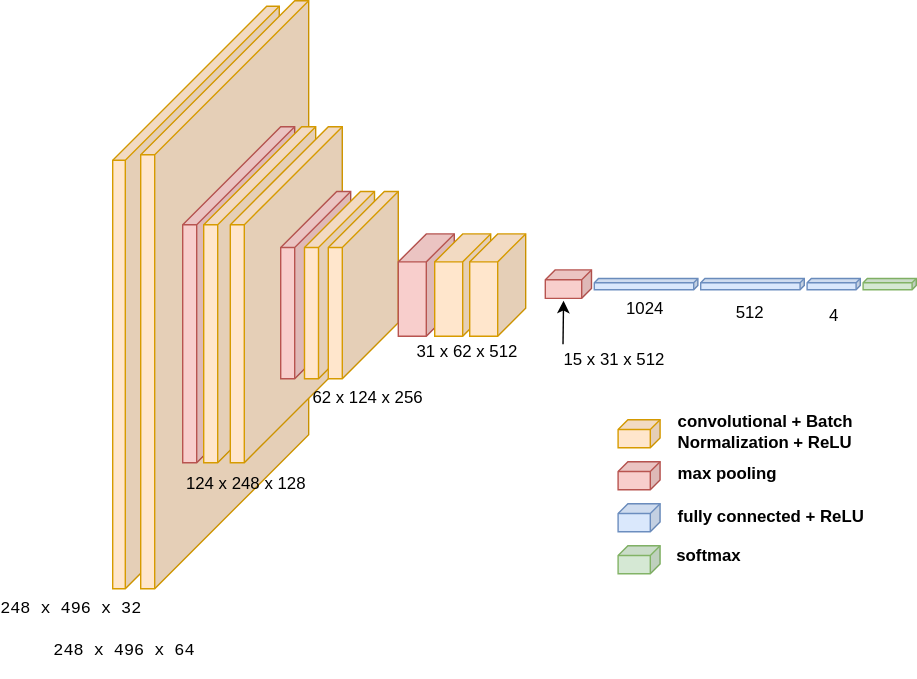
The draw.io diagram Untitled Diagram.drawio.svg in blackpearl006/kaggle-notebooks, before a commit. Source tidied: cells renumbered, new cells last; positions are measured from the earlier drawing's top-left corner, leaving out a move shared by most shapes.
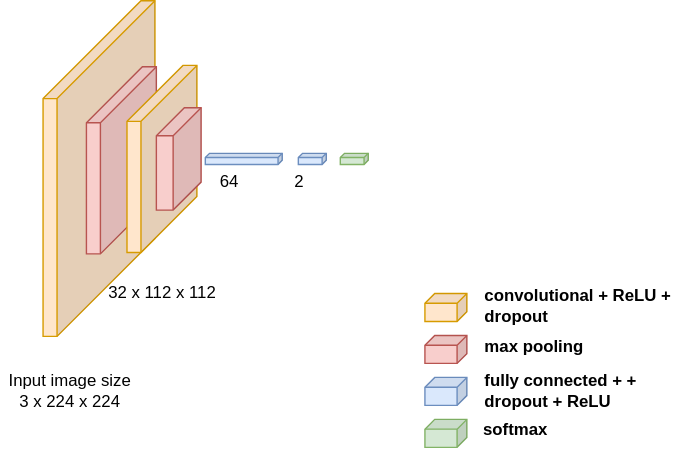
After the change.

Diff of the diagram source:
```diff
@@ -2,50 +2,23 @@
   <root>
     <mxCell id="0" />
     <mxCell id="1" parent="0" />
-    <mxCell id="2" style="shape=cube;whiteSpace=wrap;html=1;boundedLbl=1;backgroundOutline=1;darkOpacity=0.05;darkOpacity2=0.1;size=110;direction=east;flipH=1;fillColor=#ffe6cc;strokeColor=#d79b00;" parent="1" vertex="1">
-      <mxGeometry x="79" y="4" width="119" height="416" as="geometry" />
-    </mxCell>
-    <mxCell id="3" style="shape=cube;whiteSpace=wrap;html=1;boundedLbl=1;backgroundOutline=1;darkOpacity=0.05;darkOpacity2=0.1;size=110;direction=east;flipH=1;fillColor=#ffe6cc;strokeColor=#d79b00;" parent="1" vertex="1">
-      <mxGeometry x="99" width="120" height="420" as="geometry" />
-    </mxCell>
-    <mxCell id="4" style="shape=cube;whiteSpace=wrap;html=1;boundedLbl=1;backgroundOutline=1;darkOpacity=0.05;darkOpacity2=0.1;size=70;direction=east;flipH=1;fillColor=#f8cecc;strokeColor=#b85450;" parent="1" vertex="1">
-      <mxGeometry x="129" y="90" width="80" height="240" as="geometry" />
-    </mxCell>
-    <mxCell id="5" style="shape=cube;whiteSpace=wrap;html=1;boundedLbl=1;backgroundOutline=1;darkOpacity=0.05;darkOpacity2=0.1;size=70;direction=east;flipH=1;fillColor=#ffe6cc;strokeColor=#d79b00;" parent="1" vertex="1">
-      <mxGeometry x="144" y="90" width="80" height="240" as="geometry" />
-    </mxCell>
     <mxCell id="6" style="shape=cube;whiteSpace=wrap;html=1;boundedLbl=1;backgroundOutline=1;darkOpacity=0.05;darkOpacity2=0.1;size=70;direction=east;flipH=1;fillColor=#ffe6cc;strokeColor=#d79b00;" parent="1" vertex="1">
-      <mxGeometry x="163" y="90" width="80" height="240" as="geometry" />
+      <mxGeometry x="167" y="90" width="80" height="240" as="geometry" />
     </mxCell>
     <mxCell id="7" style="shape=cube;whiteSpace=wrap;html=1;boundedLbl=1;backgroundOutline=1;darkOpacity=0.05;darkOpacity2=0.1;size=40;direction=east;flipH=1;fillColor=#f8cecc;strokeColor=#b85450;" parent="1" vertex="1">
-      <mxGeometry x="199" y="136.2" width="50" height="133.8" as="geometry" />
+      <mxGeometry x="198" y="137.2" width="50" height="133.8" as="geometry" />
     </mxCell>
     <mxCell id="8" style="shape=cube;whiteSpace=wrap;html=1;boundedLbl=1;backgroundOutline=1;darkOpacity=0.05;darkOpacity2=0.1;size=40;direction=east;flipH=1;fillColor=#ffe6cc;strokeColor=#d79b00;" parent="1" vertex="1">
-      <mxGeometry x="216" y="136.2" width="50" height="133.8" as="geometry" />
+      <mxGeometry x="227" y="136.2" width="50" height="133.8" as="geometry" />
     </mxCell>
-    <mxCell id="9" style="shape=cube;whiteSpace=wrap;html=1;boundedLbl=1;backgroundOutline=1;darkOpacity=0.05;darkOpacity2=0.1;size=40;direction=east;flipH=1;fillColor=#ffe6cc;strokeColor=#d79b00;" parent="1" vertex="1">
-      <mxGeometry x="233" y="136.2" width="50" height="133.8" as="geometry" />
-    </mxCell>
     <mxCell id="10" style="shape=cube;whiteSpace=wrap;html=1;boundedLbl=1;backgroundOutline=1;darkOpacity=0.05;darkOpacity2=0.1;size=20;direction=east;flipH=1;fillColor=#f8cecc;strokeColor=#b85450;" parent="1" vertex="1">
-      <mxGeometry x="283" y="166.6" width="40" height="73.1" as="geometry" />
+      <mxGeometry x="248" y="166.6" width="32" height="73.1" as="geometry" />
     </mxCell>
-    <mxCell id="11" style="shape=cube;whiteSpace=wrap;html=1;boundedLbl=1;backgroundOutline=1;darkOpacity=0.05;darkOpacity2=0.1;size=20;direction=east;flipH=1;fillColor=#ffe6cc;strokeColor=#d79b00;" parent="1" vertex="1">
-      <mxGeometry x="309" y="166.6" width="40" height="73.1" as="geometry" />
-    </mxCell>
-    <mxCell id="12" style="shape=cube;whiteSpace=wrap;html=1;boundedLbl=1;backgroundOutline=1;darkOpacity=0.05;darkOpacity2=0.1;size=20;direction=east;flipH=1;fillColor=#ffe6cc;strokeColor=#d79b00;" parent="1" vertex="1">
-      <mxGeometry x="334" y="166.6" width="40" height="73.1" as="geometry" />
-    </mxCell>
-    <mxCell id="13" style="shape=cube;whiteSpace=wrap;html=1;boundedLbl=1;backgroundOutline=1;darkOpacity=0.05;darkOpacity2=0.1;size=7;direction=east;flipH=1;fillColor=#f8cecc;strokeColor=#b85450;" parent="1" vertex="1">
-      <mxGeometry x="388" y="192.3" width="33" height="20.3" as="geometry" />
-    </mxCell>
     <mxCell id="14" style="shape=cube;whiteSpace=wrap;html=1;boundedLbl=1;backgroundOutline=1;darkOpacity=0.05;darkOpacity2=0.1;size=3;direction=east;flipH=1;fillColor=#dae8fc;strokeColor=#6c8ebf;" parent="1" vertex="1">
-      <mxGeometry x="423" y="198.4" width="74" height="8" as="geometry" />
+      <mxGeometry x="283" y="199.1" width="55" height="8" as="geometry" />
     </mxCell>
-    <mxCell id="15" style="shape=cube;whiteSpace=wrap;html=1;boundedLbl=1;backgroundOutline=1;darkOpacity=0.05;darkOpacity2=0.1;size=3;direction=east;flipH=1;fillColor=#dae8fc;strokeColor=#6c8ebf;" parent="1" vertex="1">
-      <mxGeometry x="499" y="198.5" width="74" height="8" as="geometry" />
-    </mxCell>
     <mxCell id="16" style="shape=cube;whiteSpace=wrap;html=1;boundedLbl=1;backgroundOutline=1;darkOpacity=0.05;darkOpacity2=0.1;size=3;direction=east;flipH=1;fillColor=#dae8fc;strokeColor=#6c8ebf;" parent="1" vertex="1">
-      <mxGeometry x="575" y="198.5" width="38" height="8" as="geometry" />
+      <mxGeometry x="349.5" y="199.1" width="20" height="8" as="geometry" />
     </mxCell>
     <mxCell id="17" style="shape=cube;whiteSpace=wrap;html=1;boundedLbl=1;backgroundOutline=1;darkOpacity=0.05;darkOpacity2=0.1;size=7;direction=east;flipH=1;fillColor=#ffe6cc;strokeColor=#d79b00;" parent="1" vertex="1">
       <mxGeometry x="440" y="299.3" width="30" height="20" as="geometry" />
@@ -57,54 +30,34 @@
       <mxGeometry x="440" y="359.3" width="30" height="20" as="geometry" />
     </mxCell>
     <mxCell id="20" style="shape=cube;whiteSpace=wrap;html=1;boundedLbl=1;backgroundOutline=1;darkOpacity=0.05;darkOpacity2=0.1;size=3;direction=east;flipH=1;fillColor=#d5e8d4;strokeColor=#82b366;" parent="1" vertex="1">
-      <mxGeometry x="615" y="198.4" width="38" height="8" as="geometry" />
+      <mxGeometry x="379.5" y="199.1" width="20" height="8" as="geometry" />
     </mxCell>
     <mxCell id="21" style="shape=cube;whiteSpace=wrap;html=1;boundedLbl=1;backgroundOutline=1;darkOpacity=0.05;darkOpacity2=0.1;size=7;direction=east;flipH=1;fillColor=#d5e8d4;strokeColor=#82b366;" parent="1" vertex="1">
       <mxGeometry x="440" y="389.3" width="30" height="20" as="geometry" />
     </mxCell>
-    <mxCell id="22" value="&lt;pre&gt;248 x 496 x 64&lt;/pre&gt;" style="text;html=1;strokeColor=none;fillColor=none;align=center;verticalAlign=middle;whiteSpace=wrap;rounded=0;" parent="1" vertex="1">
-      <mxGeometry x="38" y="450" width="99" height="30" as="geometry" />
-    </mxCell>
-    <mxCell id="23" value="124 x 248 x 128" style="text;html=1;strokeColor=none;fillColor=none;align=center;verticalAlign=middle;whiteSpace=wrap;rounded=0;" parent="1" vertex="1">
-      <mxGeometry x="125" y="330" width="99" height="30" as="geometry" />
-    </mxCell>
-    <mxCell id="24" value="62 x 124 x 256" style="text;html=1;strokeColor=none;fillColor=none;align=center;verticalAlign=middle;whiteSpace=wrap;rounded=0;" parent="1" vertex="1">
-      <mxGeometry x="212" y="269" width="99" height="30" as="geometry" />
+    <mxCell id="24" value="32 x 112 x 112" style="text;html=1;strokeColor=none;fillColor=none;align=center;verticalAlign=middle;whiteSpace=wrap;rounded=0;" parent="1" vertex="1">
+      <mxGeometry x="202.5" y="284" width="99" height="30" as="geometry" />
     </mxCell>
-    <mxCell id="25" value="31 x 62 x 512" style="text;html=1;strokeColor=none;fillColor=none;align=center;verticalAlign=middle;whiteSpace=wrap;rounded=0;" parent="1" vertex="1">
-      <mxGeometry x="283" y="236" width="99" height="30" as="geometry" />
+    <mxCell id="25" value="64" style="text;html=1;strokeColor=none;fillColor=none;align=center;verticalAlign=middle;whiteSpace=wrap;rounded=0;" parent="1" vertex="1">
+      <mxGeometry x="250.5" y="205.1" width="99" height="30" as="geometry" />
     </mxCell>
-    <mxCell id="26" value="15 x 31 x 512" style="text;html=1;strokeColor=none;fillColor=none;align=center;verticalAlign=middle;whiteSpace=wrap;rounded=0;" parent="1" vertex="1">
-      <mxGeometry x="388" y="245.4" width="99" height="23.9" as="geometry" />
-    </mxCell>
-    <mxCell id="27" style="endArrow=classic;html=1;entryX=0.605;entryY=1.084;entryDx=0;entryDy=0;entryPerimeter=0;" parent="1" edge="1" target="13">
-      <mxGeometry relative="1" as="geometry">
-        <mxPoint x="400.6" y="245.4" as="sourcePoint" />
-      </mxGeometry>
-    </mxCell>
-    <mxCell id="28" value="1024" style="text;html=1;strokeColor=none;fillColor=none;align=center;verticalAlign=middle;whiteSpace=wrap;rounded=0;" parent="1" vertex="1">
-      <mxGeometry x="421" y="212.6" width="77" height="15" as="geometry" />
-    </mxCell>
-    <mxCell id="29" value="4" style="text;html=1;strokeColor=none;fillColor=none;align=center;verticalAlign=middle;whiteSpace=wrap;rounded=0;" parent="1" vertex="1">
-      <mxGeometry x="544.5" y="212.6" width="99" height="24" as="geometry" />
-    </mxCell>
-    <mxCell id="30" value="convolutional + Batch Normalization + ReLU" style="text;html=1;strokeColor=none;fillColor=none;align=left;verticalAlign=middle;whiteSpace=wrap;rounded=0;fontStyle=1;" parent="1" vertex="1">
+    <mxCell id="30" value="convolutional + ReLU + dropout" style="text;html=1;strokeColor=none;fillColor=none;align=left;verticalAlign=middle;whiteSpace=wrap;rounded=0;fontStyle=1;" parent="1" vertex="1">
       <mxGeometry x="481" y="296.4" width="138" height="23.9" as="geometry" />
     </mxCell>
     <mxCell id="31" value="max pooling" style="text;html=1;strokeColor=none;fillColor=none;align=left;verticalAlign=middle;whiteSpace=wrap;rounded=0;fontStyle=1;" parent="1" vertex="1">
       <mxGeometry x="481" y="326.4" width="138" height="23.9" as="geometry" />
     </mxCell>
-    <mxCell id="32" value="fully connected + ReLU" style="text;html=1;strokeColor=none;fillColor=none;align=left;verticalAlign=middle;whiteSpace=wrap;rounded=0;fontStyle=1;" parent="1" vertex="1">
+    <mxCell id="32" value="fully connected + + dropout + ReLU" style="text;html=1;strokeColor=none;fillColor=none;align=left;verticalAlign=middle;whiteSpace=wrap;rounded=0;fontStyle=1;" parent="1" vertex="1">
       <mxGeometry x="481" y="357.4" width="138" height="23.9" as="geometry" />
     </mxCell>
     <mxCell id="33" value="softmax" style="text;html=1;strokeColor=none;fillColor=none;align=left;verticalAlign=middle;whiteSpace=wrap;rounded=0;fontStyle=1;" parent="1" vertex="1">
       <mxGeometry x="480" y="385.4" width="138" height="23.9" as="geometry" />
     </mxCell>
-    <mxCell id="34" value="&lt;pre&gt;248 x 496 x 32&lt;/pre&gt;" style="text;html=1;strokeColor=none;fillColor=none;align=center;verticalAlign=middle;whiteSpace=wrap;rounded=0;" parent="1" vertex="1">
-      <mxGeometry y="420" width="99" height="30" as="geometry" />
+    <mxCell id="34" value="&lt;div&gt;Input image size&lt;/div&gt;&lt;div&gt;3 x 224 x 224&lt;/div&gt;" style="text;html=1;strokeColor=none;fillColor=none;align=center;verticalAlign=middle;whiteSpace=wrap;rounded=0;" parent="1" vertex="1">
+      <mxGeometry x="137" y="354.4" width="99" height="30" as="geometry" />
     </mxCell>
-    <mxCell id="35" value="512" style="text;html=1;strokeColor=none;fillColor=none;align=center;verticalAlign=middle;whiteSpace=wrap;rounded=0;" parent="1" vertex="1">
-      <mxGeometry x="496" y="215.5" width="77" height="15" as="geometry" />
-    </mxCell>
+    <mxCell id="36" value="2" style="text;html=1;strokeColor=none;fillColor=none;align=center;verticalAlign=middle;whiteSpace=wrap;rounded=0;" parent="1" vertex="1">
+      <mxGeometry x="321.5" y="215.7" width="56.5" height="8.9" as="geometry" />
+    </mxCell>
   </root>
 </mxGraphModel>
```
